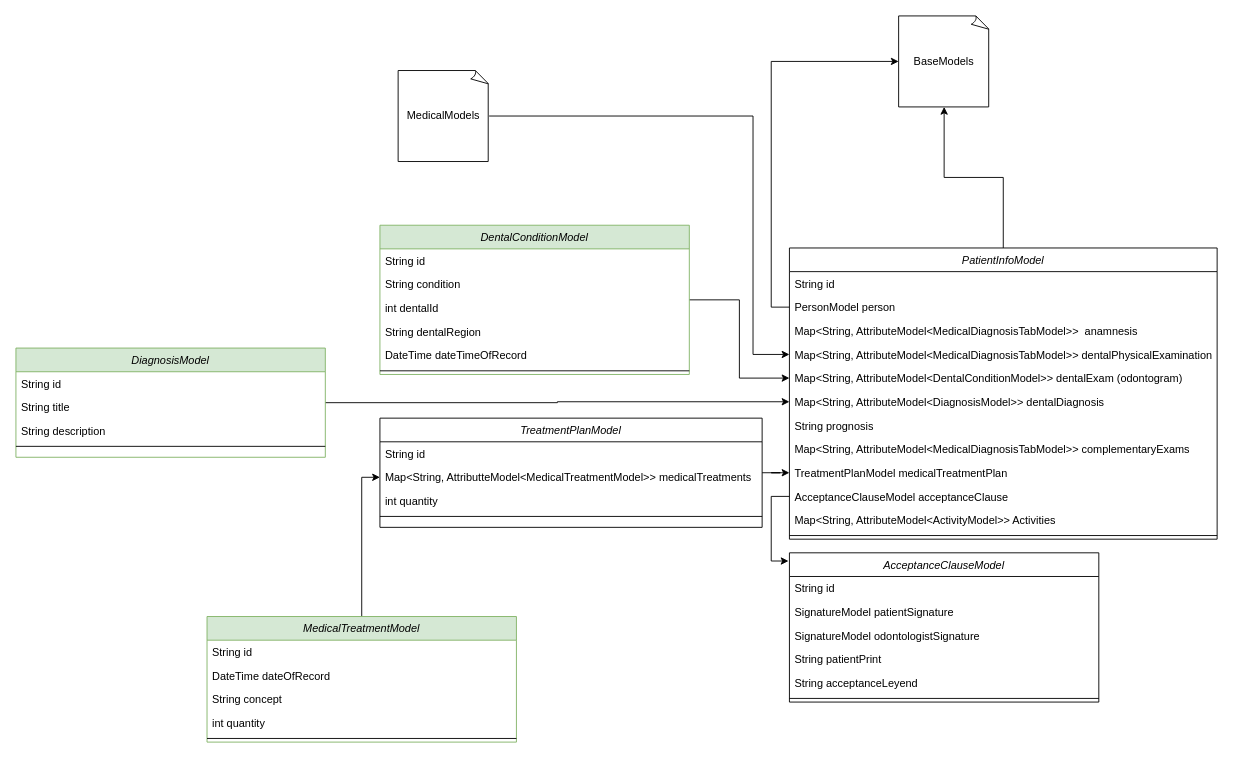
Earlier version of the draw.io diagram page "dentistApp" (8 of 12) of uml/uml_diagrams.drawio (grupo-jocaagura/jocaagura_domain). Source tidied: cells renumbered, new cells numbered last; positions are measured from the earlier drawing's top-left corner, leaving out a move shared by most shapes. Both pictures are drawn from the tidied source at 91%, with x=0, y=0 at pixel (15, 15).
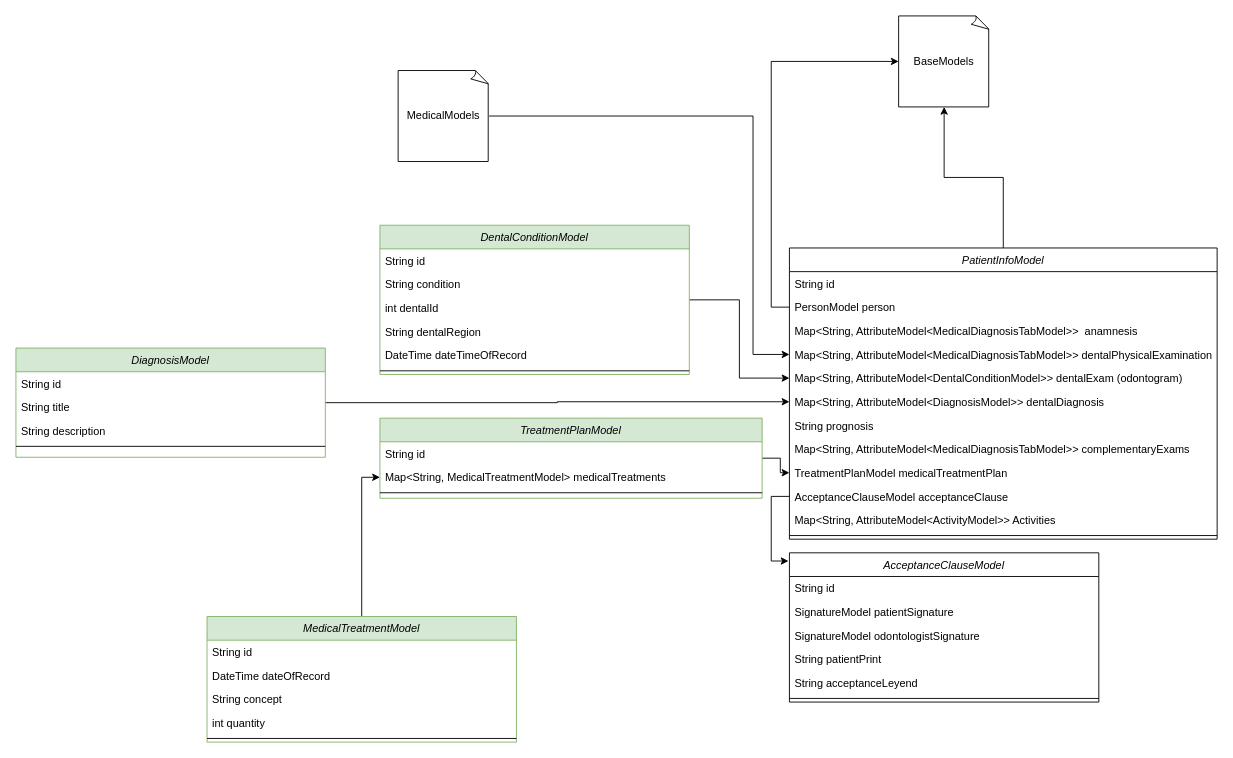
After the change.

Commit message (it also covers changes not shown here):
feature(@albertjjimenezp): Se contribuye treatment_plan_model.dart y  la documentación en dartdoc asi como los test unitarios y la actualización del uml

The edit, as a diff of the source:
```diff
@@
-    <mxCell id="34" value="TreatmentPlanModel" style="swimlane;fontStyle=2;align=center;verticalAlign=top;horizontal=1;startSize=26;rounded=0;shadow=0;strokeWidth=1;" parent="1" vertex="1">
-      <mxGeometry x="400" y="442" width="420" height="120" as="geometry" />
+    <mxCell id="34" value="TreatmentPlanModel" style="swimlane;fontStyle=2;align=center;verticalAlign=top;horizontal=1;startSize=26;rounded=0;shadow=0;strokeWidth=1;fillColor=#d5e8d4;strokeColor=#82b366;" parent="1" vertex="1">
+      <mxGeometry x="400" y="442" width="420" height="88" as="geometry" />
     </mxCell>
@@
-    <mxCell id="36" value="Map&lt;String, AttributteModel&lt;MedicalTreatmentModel&gt;&gt; medicalTreatments" style="text;align=left;verticalAlign=top;spacingLeft=4;spacingRight=4;overflow=hidden;points=[[0,0.5],[1,0.5]];portConstraint=eastwest;" parent="34" vertex="1">
+    <mxCell id="36" value="Map&lt;String, MedicalTreatmentModel&gt; medicalTreatments" style="text;align=left;verticalAlign=top;spacingLeft=4;spacingRight=4;overflow=hidden;points=[[0,0.5],[1,0.5]];portConstraint=eastwest;" parent="34" vertex="1">
       <mxGeometry y="52" width="420" height="26" as="geometry" />
     </mxCell>
-    <mxCell id="37" value="int quantity" style="text;align=left;verticalAlign=top;spacingLeft=4;spacingRight=4;overflow=hidden;" parent="34" vertex="1">
-      <mxGeometry y="78" width="420" height="26" as="geometry" />
-    </mxCell>
     <mxCell id="38" style="line;html=1;strokeWidth=1;align=left;verticalAlign=middle;spacingTop=-1;spacingLeft=3;spacingRight=3;labelPosition=right;" parent="34" vertex="1">
-      <mxGeometry y="104" width="420" height="8" as="geometry" />
+      <mxGeometry y="78" width="420" height="8" as="geometry" />
     </mxCell>
```
